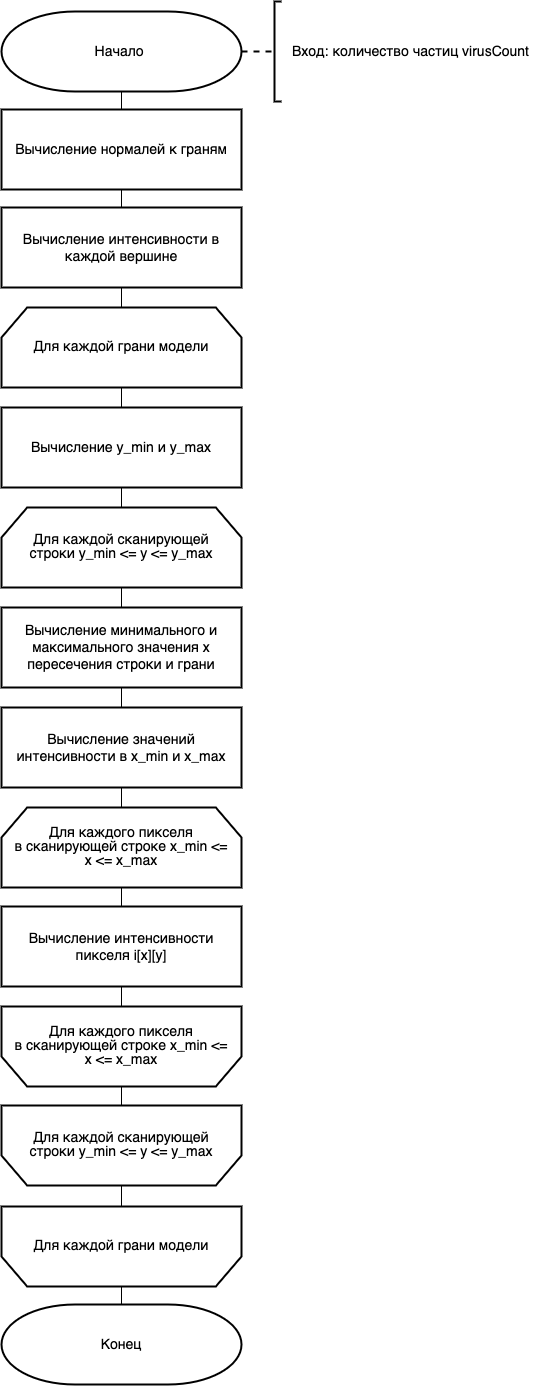
Earlier version of the draw.io export Итог/report/img/guro.png (tatarinova0903/bmstu_cg_course). Source tidied: cells renumbered, new cells last; positions are measured from the earlier drawing's top-left corner, leaving out a move shared by most shapes.
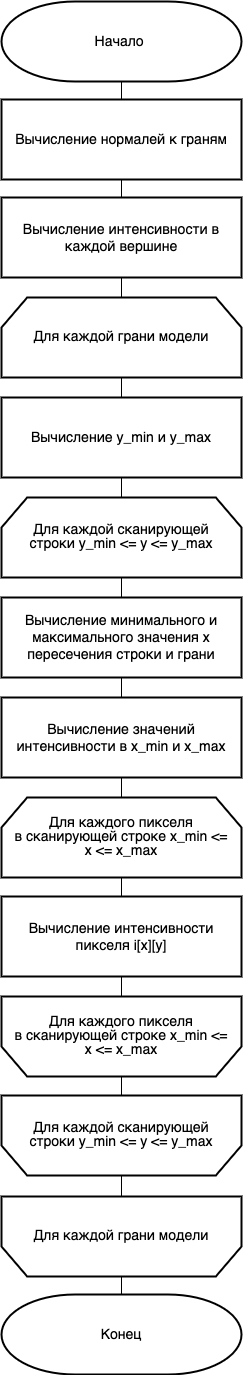
The same file after the commit.

What changed in the source:
```diff
@@ -65,15 +65,6 @@
     <mxCell id="22" value="Вычисление минимального и максимального значения x пересечения строки и грани" style="rounded=0;whiteSpace=wrap;html=1;strokeWidth=2;fontSize=14;" parent="1" vertex="1">
       <mxGeometry y="606" width="240" height="80" as="geometry" />
     </mxCell>
-    <mxCell id="23" style="group;" parent="1" vertex="1">
-      <mxGeometry x="240" width="309" height="100" as="geometry" />
-    </mxCell>
-    <mxCell id="24" value="&lt;p style=&quot;line-height: 100%; font-size: 10px;&quot;&gt;&lt;br style=&quot;font-size: 10px;&quot;&gt;&lt;/p&gt;" style="strokeWidth=2;html=1;shape=(stored shape, 384 characters);align=left;labelPosition=right;gradientColor=#ffffff;spacing=0;fontSize=10;shadow=0;spacingBottom=1;fontFamily=Times New Roman;" parent="23" vertex="1">
-      <mxGeometry width="40" height="100" as="geometry" />
-    </mxCell>
-    <mxCell id="25" value="&lt;span style=&quot;font-size: 14px;&quot;&gt;Вход: количество частиц virusCount&lt;br&gt;&lt;/span&gt;" style="text;html=1;align=left;verticalAlign=middle;strokeColor=none;fillColor=none;" parent="23" vertex="1">
-      <mxGeometry x="49" y="35" width="260" height="30" as="geometry" />
-    </mxCell>
     <mxCell id="26" style="edgeStyle=orthogonalEdgeStyle;rounded=0;jettySize=auto;html=1;exitX=0.5;exitY=1;exitDx=0;exitDy=0;exitPerimeter=0;entryX=0.5;entryY=0;entryDx=0;entryDy=0;endArrow=none;endFill=0;" parent="1" edge="1" source="27" target="29">
       <mxGeometry relative="1" as="geometry" />
     </mxCell>
```
